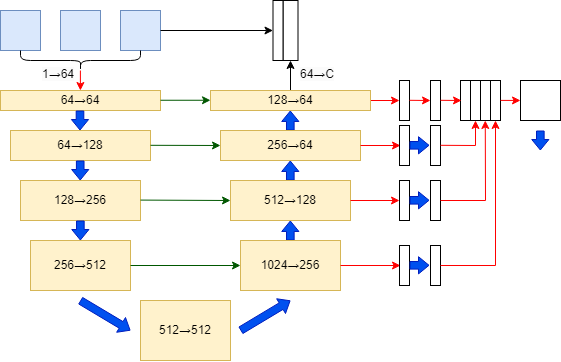
Above: test.drawio.png in DemonH-p/self-study (draw.io), before the change. Source tidied: cells renumbered, new cells last; positions are measured from the earlier drawing's top-left corner, leaving out a move shared by most shapes.
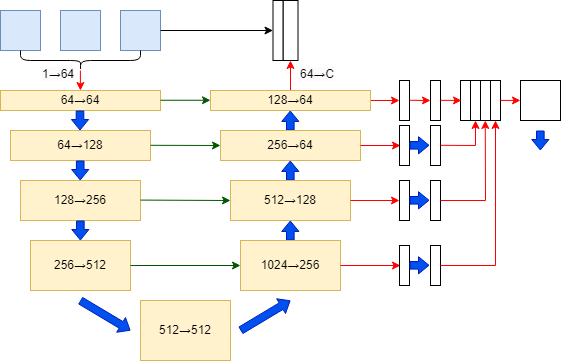
Later version of the same file.

The edit, as a diff of the source:
```diff
@@ -116,7 +116,7 @@
     <mxCell id="23" style="endArrow=classic;html=1;rounded=0;fillColor=#e51400;strokeColor=#000000;entryX=0;entryY=0.5;entryDx=0;entryDy=0;exitX=1;exitY=0.5;exitDx=0;exitDy=0;" parent="1" edge="1" source="4" target="22">
       <mxGeometry relative="1" as="geometry" />
     </mxCell>
-    <mxCell id="24" style="endArrow=classic;html=1;rounded=0;fillColor=#e51400;strokeColor=#000000;exitX=0.5;exitY=0;exitDx=0;exitDy=0;entryX=0.5;entryY=1;entryDx=0;entryDy=0;" parent="1" edge="1" source="29" target="21">
+    <mxCell id="24" style="endArrow=classic;html=1;rounded=0;fillColor=#e51400;strokeColor=#FF0000;exitX=0.5;exitY=0;exitDx=0;exitDy=0;entryX=0.5;entryY=1;entryDx=0;entryDy=0;" parent="1" edge="1" source="29" target="21">
       <mxGeometry relative="1" as="geometry" />
     </mxCell>
     <mxCell id="25" style="endArrow=classic;html=1;rounded=0;fillColor=#008a00;strokeColor=#005700;" parent="1" edge="1">
```
